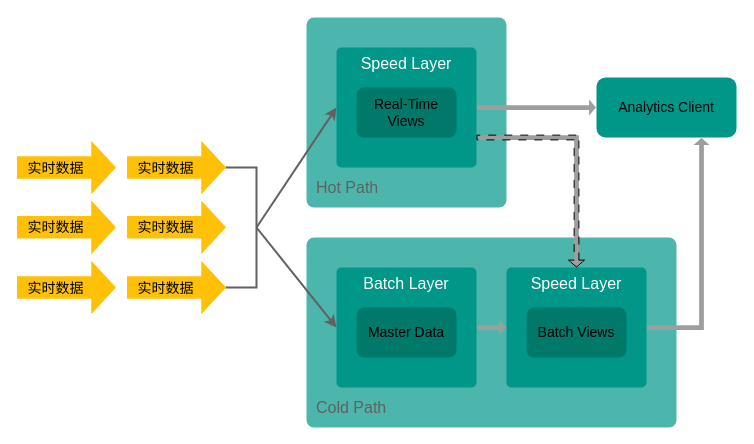
Before: page "Lambda架构" (2 of 4) of drawio/bigdata-architecture.drawio in mqjd/assets, a draw.io diagram. Source tidied: cells renumbered, new cells numbered last; positions are measured from the earlier drawing's top-left corner, leaving out a move shared by most shapes. Both pictures are drawn from the tidied source at 100%, with x=0, y=0 at pixel (16, 17).
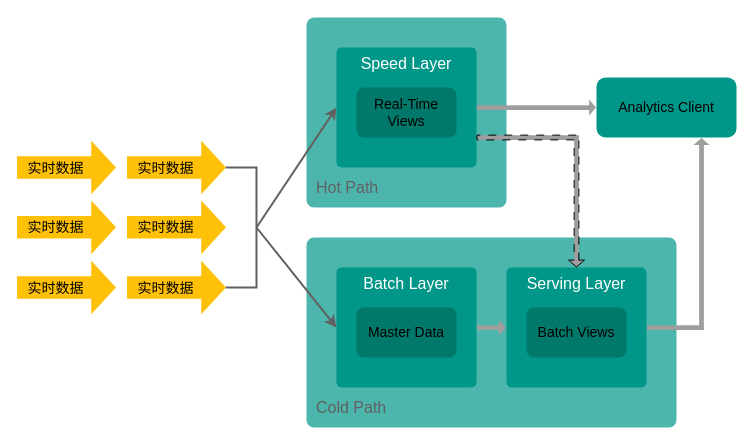
The same page after the edit.

Unchanged cells that the change refers to:
```xml
<mxCell id="3" value="Cold Path" style="rounded=1;whiteSpace=wrap;html=1;arcSize=4;fillColor=#4db6ac;strokeColor=none;fontSize=16;verticalAlign=bottom;align=left;spacing=10;fontColor=#616161;" parent="1" vertex="1">
  <mxGeometry x="290" y="220" width="370" height="190" as="geometry" />
</mxCell>
```

What changed in the source:
```diff
@@
-    <mxCell id="7" value="Speed Layer" style="rounded=1;whiteSpace=wrap;html=1;arcSize=4;fillColor=#009688;strokeColor=none;fontSize=16;verticalAlign=top;fontColor=#FFFFFF;" parent="3" vertex="1">
+    <mxCell id="7" value="Serving&amp;nbsp;Layer" style="rounded=1;whiteSpace=wrap;html=1;arcSize=4;fillColor=#009688;strokeColor=none;fontSize=16;verticalAlign=top;fontColor=#FFFFFF;" parent="3" vertex="1">
       <mxGeometry x="200" y="30" width="140" height="120" as="geometry" />
     </mxCell>
```
